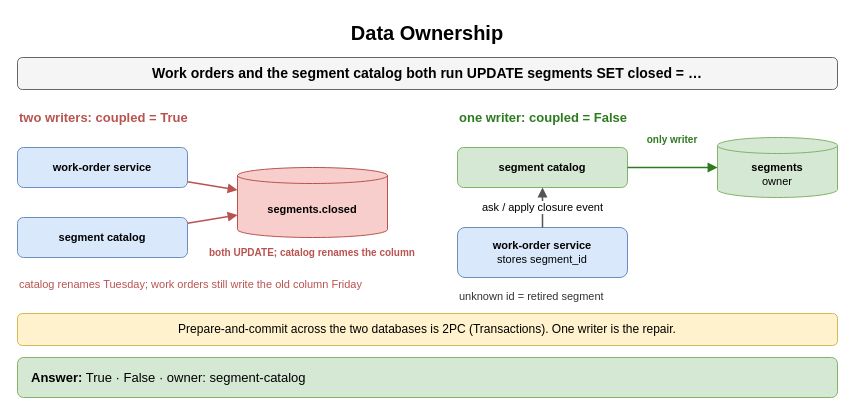
This is page "Data Ownership" (4 of 8) of content/09_System_Design_Interview/12_Microservices_and_System_Decomposition/diagrams/microservices-drills.drawio from amendez13/swe-study-guide, a draw.io file, before an edit. Source tidied: cells renumbered, new cells numbered last; positions are measured from the earlier drawing's top-left corner, leaving out a move shared by most shapes. Both pictures are drawn from the tidied source at 100%, with x=0, y=0 at pixel (17, 17).
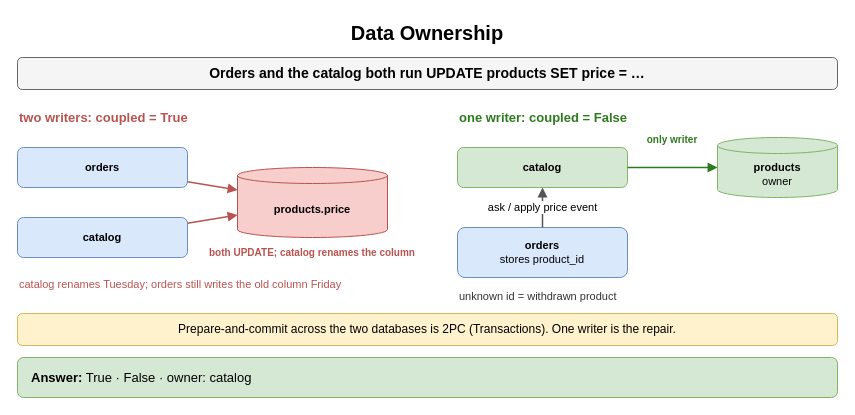
The same page after the edit.

The edit, as a diff of the source:
```diff
@@
-    <mxCell id="3" value="Work orders and the segment catalog both run UPDATE segments SET closed = …" style="rounded=1;whiteSpace=wrap;html=1;fillColor=#f5f5f5;strokeColor=#666666;fontStyle=1;fontSize=14;" parent="1" vertex="1">
+    <mxCell id="3" value="Orders and the catalog both run UPDATE products SET price = …" style="rounded=1;whiteSpace=wrap;html=1;fillColor=#f5f5f5;strokeColor=#666666;fontStyle=1;fontSize=14;" parent="1" vertex="1">
       <mxGeometry y="40" width="820" height="32" as="geometry" />
     </mxCell>
@@
-    <mxCell id="5" value="work-order service" style="rounded=1;whiteSpace=wrap;html=1;fillColor=#dae8fc;strokeColor=#6c8ebf;fontSize=11;align=center;fontStyle=1;" parent="1" vertex="1">
+    <mxCell id="5" value="orders" style="rounded=1;whiteSpace=wrap;html=1;fillColor=#dae8fc;strokeColor=#6c8ebf;fontSize=11;align=center;fontStyle=1;" parent="1" vertex="1">
       <mxGeometry y="130" width="170" height="40" as="geometry" />
     </mxCell>
-    <mxCell id="6" value="segment catalog" style="rounded=1;whiteSpace=wrap;html=1;fillColor=#dae8fc;strokeColor=#6c8ebf;fontSize=11;align=center;fontStyle=1;" parent="1" vertex="1">
+    <mxCell id="6" value="catalog" style="rounded=1;whiteSpace=wrap;html=1;fillColor=#dae8fc;strokeColor=#6c8ebf;fontSize=11;align=center;fontStyle=1;" parent="1" vertex="1">
       <mxGeometry y="200" width="170" height="40" as="geometry" />
     </mxCell>
-    <mxCell id="7" value="segments.closed" style="shape=cylinder3;whiteSpace=wrap;html=1;boundedLbl=1;backgroundOutline=1;size=8;fillColor=#f8cecc;strokeColor=#b85450;fontStyle=1;fontSize=11;" parent="1" vertex="1">
+    <mxCell id="7" value="products.price" style="shape=cylinder3;whiteSpace=wrap;html=1;boundedLbl=1;backgroundOutline=1;size=8;fillColor=#f8cecc;strokeColor=#b85450;fontStyle=1;fontSize=11;" parent="1" vertex="1">
       <mxGeometry x="220" y="150" width="150" height="70" as="geometry" />
     </mxCell>
@@
-    <mxCell id="11" value="catalog renames Tuesday; work orders still write the old column Friday" style="text;html=1;whiteSpace=wrap;fontSize=11;align=left;verticalAlign=middle;fontSize=11;fontColor=#b85450;" parent="1" vertex="1">
+    <mxCell id="11" value="catalog renames Tuesday; orders still writes the old column Friday" style="text;html=1;whiteSpace=wrap;fontSize=11;align=left;verticalAlign=middle;fontSize=11;fontColor=#b85450;" parent="1" vertex="1">
       <mxGeometry y="252" width="380" height="30" as="geometry" />
     </mxCell>
@@
-    <mxCell id="13" value="segment catalog" style="rounded=1;whiteSpace=wrap;html=1;fillColor=#d5e8d4;strokeColor=#82b366;fontSize=11;align=center;fontStyle=1;" parent="1" vertex="1">
+    <mxCell id="13" value="catalog" style="rounded=1;whiteSpace=wrap;html=1;fillColor=#d5e8d4;strokeColor=#82b366;fontSize=11;align=center;fontStyle=1;" parent="1" vertex="1">
       <mxGeometry x="440" y="130" width="170" height="40" as="geometry" />
     </mxCell>
-    <mxCell id="14" value="segments&lt;br&gt;&lt;span style='font-weight:normal'&gt;owner&lt;/span&gt;" style="shape=cylinder3;whiteSpace=wrap;html=1;boundedLbl=1;backgroundOutline=1;size=8;fillColor=#d5e8d4;strokeColor=#82b366;fontStyle=1;fontSize=11;" parent="1" vertex="1">
+    <mxCell id="14" value="products&lt;br&gt;&lt;span style='font-weight:normal'&gt;owner&lt;/span&gt;" style="shape=cylinder3;whiteSpace=wrap;html=1;boundedLbl=1;backgroundOutline=1;size=8;fillColor=#d5e8d4;strokeColor=#82b366;fontStyle=1;fontSize=11;" parent="1" vertex="1">
       <mxGeometry x="700" y="120" width="120" height="60" as="geometry" />
     </mxCell>
@@
-    <mxCell id="17" value="work-order service&lt;br&gt;&lt;span style='font-weight:normal'&gt;stores segment_id&lt;/span&gt;" style="rounded=1;whiteSpace=wrap;html=1;fillColor=#dae8fc;strokeColor=#6c8ebf;fontSize=11;align=center;fontStyle=1;" parent="1" vertex="1">
+    <mxCell id="17" value="orders&lt;br&gt;&lt;span style='font-weight:normal'&gt;stores product_id&lt;/span&gt;" style="rounded=1;whiteSpace=wrap;html=1;fillColor=#dae8fc;strokeColor=#6c8ebf;fontSize=11;align=center;fontStyle=1;" parent="1" vertex="1">
       <mxGeometry x="440" y="210" width="170" height="50" as="geometry" />
     </mxCell>
-    <mxCell id="18" value="ask / apply closure event" style="endArrow=block;endSize=6;html=1;strokeWidth=1.5;strokeColor=#555555;fontSize=11;labelBackgroundColor=#ffffff;" parent="1" edge="1" source="17" target="13">
+    <mxCell id="18" value="ask / apply price event" style="endArrow=block;endSize=6;html=1;strokeWidth=1.5;strokeColor=#555555;fontSize=11;labelBackgroundColor=#ffffff;" parent="1" edge="1" source="17" target="13">
       <mxGeometry relative="1" as="geometry" />
     </mxCell>
-    <mxCell id="19" value="unknown id = retired segment" style="text;html=1;whiteSpace=wrap;fontSize=11;align=left;verticalAlign=middle;fontSize=11;fontColor=#333333;" parent="1" vertex="1">
+    <mxCell id="19" value="unknown id = withdrawn product" style="text;html=1;whiteSpace=wrap;fontSize=11;align=left;verticalAlign=middle;fontSize=11;fontColor=#333333;" parent="1" vertex="1">
       <mxGeometry x="440" y="270" width="380" height="18" as="geometry" />
     </mxCell>
@@
-    <mxCell id="21" value="&lt;b&gt;Answer:&lt;/b&gt; True · False · owner: segment-catalog" style="rounded=1;whiteSpace=wrap;html=1;fillColor=#d5e8d4;strokeColor=#82b366;fontSize=13;align=left;spacingLeft=12;" parent="1" vertex="1">
+    <mxCell id="21" value="&lt;b&gt;Answer:&lt;/b&gt; True · False · owner: catalog" style="rounded=1;whiteSpace=wrap;html=1;fillColor=#d5e8d4;strokeColor=#82b366;fontSize=13;align=left;spacingLeft=12;" parent="1" vertex="1">
       <mxGeometry y="340" width="820" height="40" as="geometry" />
     </mxCell>
```
